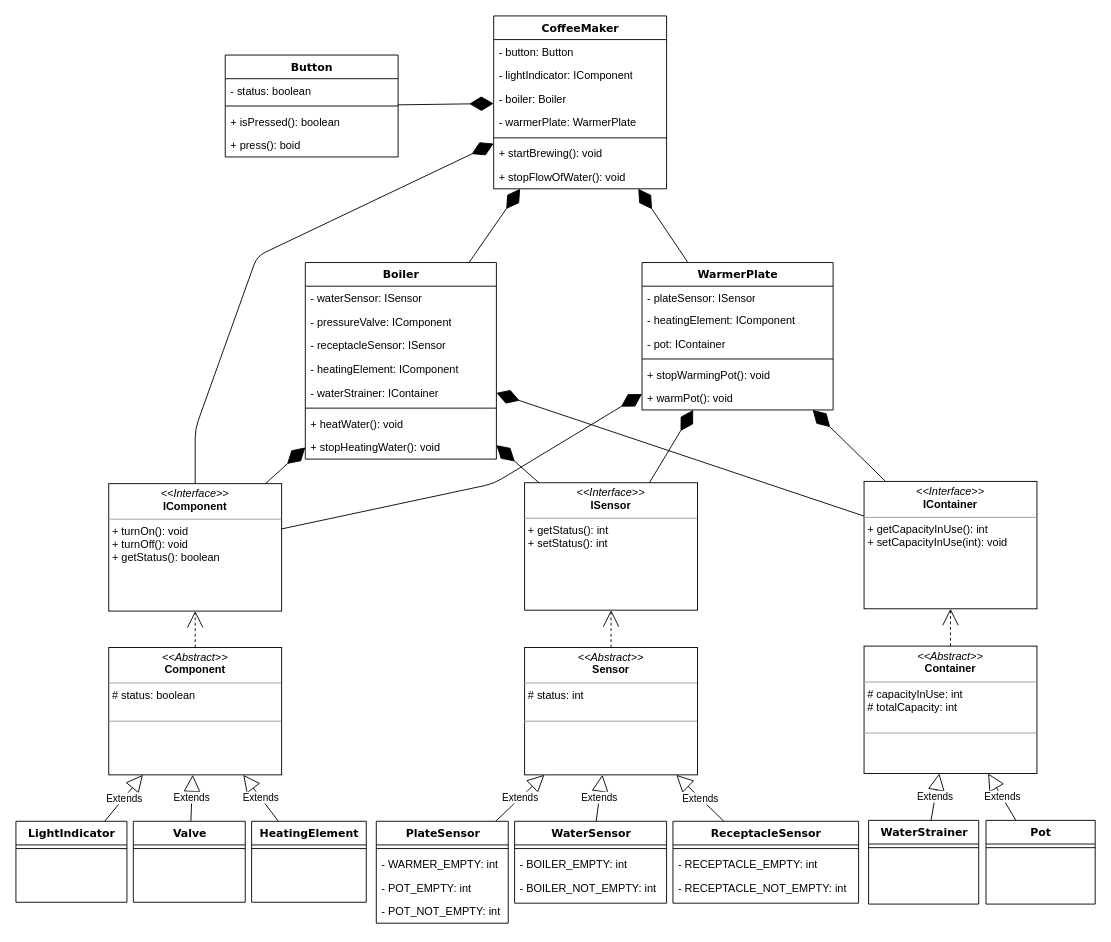
This is Resources/CoffeeMaker.drawio from aburgosu/CoffeeMaker-JAM, a draw.io file, before an edit. Source tidied: cells renumbered, new cells numbered last; positions are measured from the earlier drawing's top-left corner, leaving out a move shared by most shapes. Both pictures are drawn from the tidied source at 91%, with x=0, y=0 at pixel (15, 15).
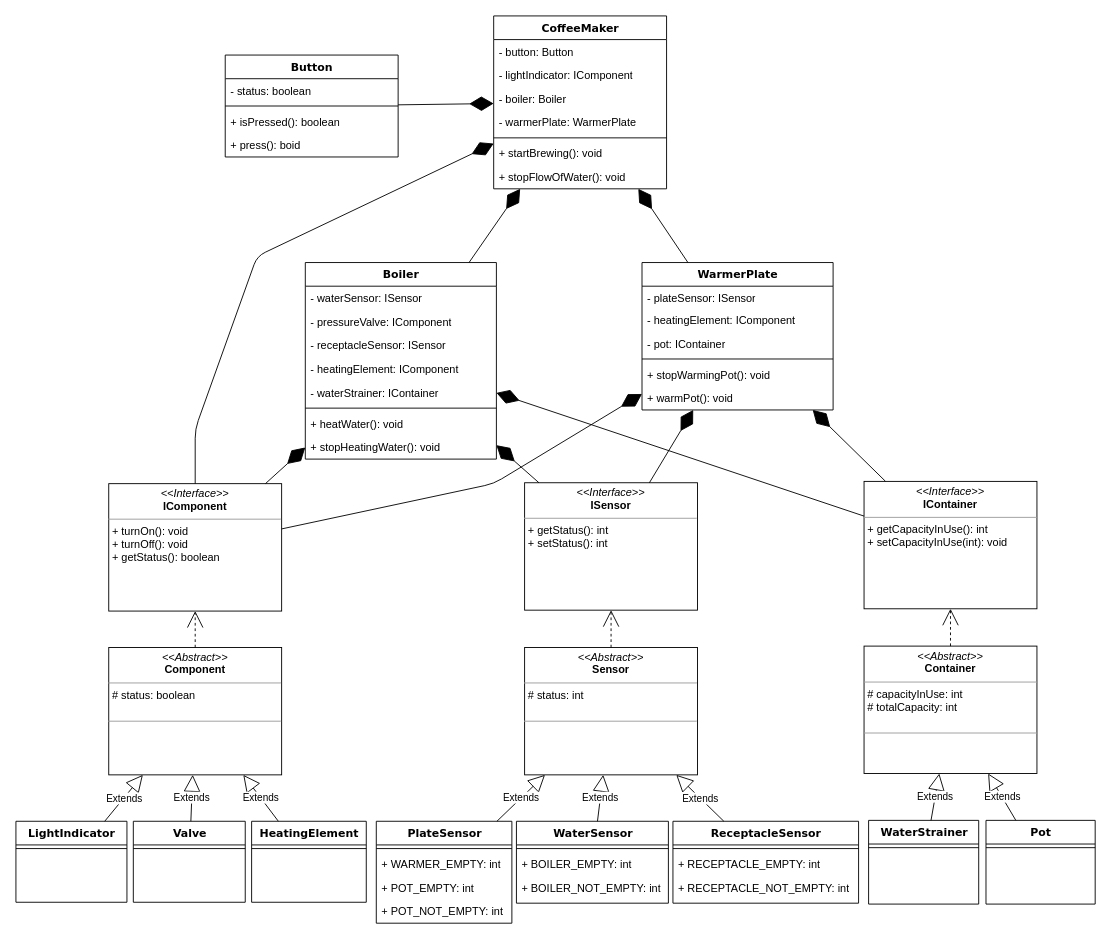
After the change.

Commit message (it also covers changes not shown here):
Access modifiers fixed in Sensor subclasses

The change refers to these unchanged cells:
```xml
<mxCell id="76" value="ReceptacleSensor" style="swimlane;html=1;fontStyle=1;align=center;verticalAlign=top;horizontal=1;startSize=26;swimlaneFillColor=#ffffff;rounded=0;shadow=0;comic=0;labelBackgroundColor=none;strokeColor=#000000;strokeWidth=1;fillColor=none;fontFamily=Verdana;fontSize=12;fontColor=#000000;" parent="1" vertex="1">
  <mxGeometry x="722" y="885" width="204" height="90" as="geometry" />
</mxCell>
```

What changed in the source:
```diff
@@
     <mxCell id="12" value="PlateSensor" style="swimlane;html=1;fontStyle=1;align=center;verticalAlign=top;horizontal=1;startSize=26;swimlaneFillColor=#ffffff;rounded=0;shadow=0;comic=0;labelBackgroundColor=none;strokeColor=#000000;strokeWidth=1;fillColor=none;fontFamily=Verdana;fontSize=12;fontColor=#000000;" parent="1" vertex="1">
-      <mxGeometry x="396" y="885" width="145" height="112" as="geometry" />
+      <mxGeometry x="396" y="885" width="149" height="112" as="geometry" />
     </mxCell>
     <mxCell id="13" style="line;html=1;strokeWidth=1;fillColor=none;align=left;verticalAlign=middle;spacingTop=-1;spacingLeft=3;spacingRight=3;labelPosition=right;" parent="12" vertex="1">
-      <mxGeometry y="26" width="145" height="8" as="geometry" />
+      <mxGeometry y="26" width="149" height="8" as="geometry" />
     </mxCell>
-    <mxCell id="14" value="- WARMER_EMPTY: int&lt;br&gt;" style="text;html=1;strokeColor=none;fillColor=none;align=left;verticalAlign=top;spacingLeft=4;spacingRight=4;whiteSpace=wrap;overflow=hidden;" parent="12" vertex="1">
-      <mxGeometry y="34" width="145" height="26" as="geometry" />
+    <mxCell id="14" value="+ WARMER_EMPTY: int&lt;br&gt;" style="text;html=1;strokeColor=none;fillColor=none;align=left;verticalAlign=top;spacingLeft=4;spacingRight=4;whiteSpace=wrap;overflow=hidden;" parent="12" vertex="1">
+      <mxGeometry y="34" width="149" height="26" as="geometry" />
     </mxCell>
-    <mxCell id="15" value="- POT_EMPTY: int&lt;br&gt;" style="text;html=1;strokeColor=none;fillColor=none;align=left;verticalAlign=top;spacingLeft=4;spacingRight=4;whiteSpace=wrap;overflow=hidden;" parent="12" vertex="1">
-      <mxGeometry y="60" width="145" height="26" as="geometry" />
+    <mxCell id="15" value="+ POT_EMPTY: int&lt;br&gt;" style="text;html=1;strokeColor=none;fillColor=none;align=left;verticalAlign=top;spacingLeft=4;spacingRight=4;whiteSpace=wrap;overflow=hidden;" parent="12" vertex="1">
+      <mxGeometry y="60" width="149" height="26" as="geometry" />
     </mxCell>
-    <mxCell id="16" value="- POT_NOT_EMPTY: int&lt;br&gt;" style="text;html=1;strokeColor=none;fillColor=none;align=left;verticalAlign=top;spacingLeft=4;spacingRight=4;whiteSpace=wrap;overflow=hidden;" parent="12" vertex="1">
-      <mxGeometry y="86" width="145" height="26" as="geometry" />
+    <mxCell id="16" value="+ POT_NOT_EMPTY: int&lt;br&gt;" style="text;html=1;strokeColor=none;fillColor=none;align=left;verticalAlign=top;spacingLeft=4;spacingRight=4;whiteSpace=wrap;overflow=hidden;" parent="12" vertex="1">
+      <mxGeometry y="86" width="149" height="26" as="geometry" />
     </mxCell>
     <mxCell id="17" value="WaterSensor" style="swimlane;html=1;fontStyle=1;align=center;verticalAlign=top;horizontal=1;startSize=26;swimlaneFillColor=#ffffff;rounded=0;shadow=0;comic=0;labelBackgroundColor=none;strokeColor=#000000;strokeWidth=1;fillColor=none;fontFamily=Verdana;fontSize=12;fontColor=#000000;" parent="1" vertex="1">
-      <mxGeometry x="548" y="885" width="167" height="90" as="geometry" />
+      <mxGeometry x="550" y="885" width="167" height="90" as="geometry" />
     </mxCell>
@@
-    <mxCell id="19" value="- BOILER_EMPTY: int&lt;br&gt;" style="text;html=1;strokeColor=none;fillColor=none;align=left;verticalAlign=top;spacingLeft=4;spacingRight=4;whiteSpace=wrap;overflow=hidden;" parent="17" vertex="1">
+    <mxCell id="19" value="+ BOILER_EMPTY: int&lt;br&gt;" style="text;html=1;strokeColor=none;fillColor=none;align=left;verticalAlign=top;spacingLeft=4;spacingRight=4;whiteSpace=wrap;overflow=hidden;" parent="17" vertex="1">
       <mxGeometry y="34" width="167" height="26" as="geometry" />
     </mxCell>
-    <mxCell id="20" value="- BOILER_NOT_EMPTY: int&lt;br&gt;" style="text;html=1;strokeColor=none;fillColor=none;align=left;verticalAlign=top;spacingLeft=4;spacingRight=4;whiteSpace=wrap;overflow=hidden;" parent="17" vertex="1">
+    <mxCell id="20" value="+ BOILER_NOT_EMPTY: int&lt;br&gt;" style="text;html=1;strokeColor=none;fillColor=none;align=left;verticalAlign=top;spacingLeft=4;spacingRight=4;whiteSpace=wrap;overflow=hidden;" parent="17" vertex="1">
       <mxGeometry y="60" width="167" height="26" as="geometry" />
     </mxCell>
@@
-    <mxCell id="78" value="- RECEPTACLE_EMPTY: int&lt;br&gt;" style="text;html=1;strokeColor=none;fillColor=none;align=left;verticalAlign=top;spacingLeft=4;spacingRight=4;whiteSpace=wrap;overflow=hidden;" parent="76" vertex="1">
+    <mxCell id="78" value="+ RECEPTACLE_EMPTY: int&lt;br&gt;" style="text;html=1;strokeColor=none;fillColor=none;align=left;verticalAlign=top;spacingLeft=4;spacingRight=4;whiteSpace=wrap;overflow=hidden;" parent="76" vertex="1">
       <mxGeometry y="34" width="204" height="26" as="geometry" />
     </mxCell>
-    <mxCell id="79" value="- RECEPTACLE_NOT_EMPTY: int&lt;br&gt;" style="text;html=1;strokeColor=none;fillColor=none;align=left;verticalAlign=top;spacingLeft=4;spacingRight=4;whiteSpace=wrap;overflow=hidden;" parent="76" vertex="1">
+    <mxCell id="79" value="+ RECEPTACLE_NOT_EMPTY: int&lt;br&gt;" style="text;html=1;strokeColor=none;fillColor=none;align=left;verticalAlign=top;spacingLeft=4;spacingRight=4;whiteSpace=wrap;overflow=hidden;" parent="76" vertex="1">
       <mxGeometry y="60" width="204" height="26" as="geometry" />
     </mxCell>
```
